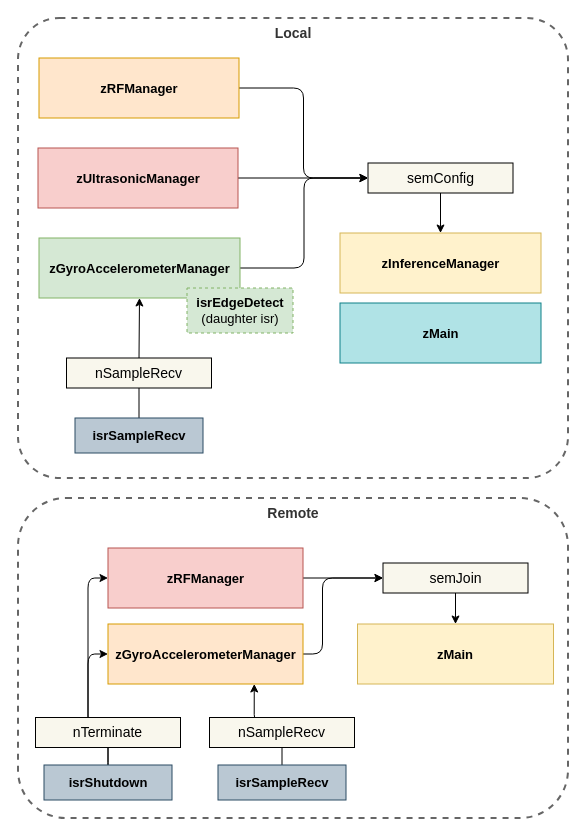
This is 3. Design/3. Software Specification/task-communications.drawio from esrg-silent-howl/zephyrus, a draw.io file, before an edit. Source tidied: cells renumbered, new cells numbered last; positions are measured from the earlier drawing's top-left corner, leaving out a move shared by most shapes. Both pictures are drawn from the tidied source at 100%, with x=0, y=0 at pixel (17, 18).
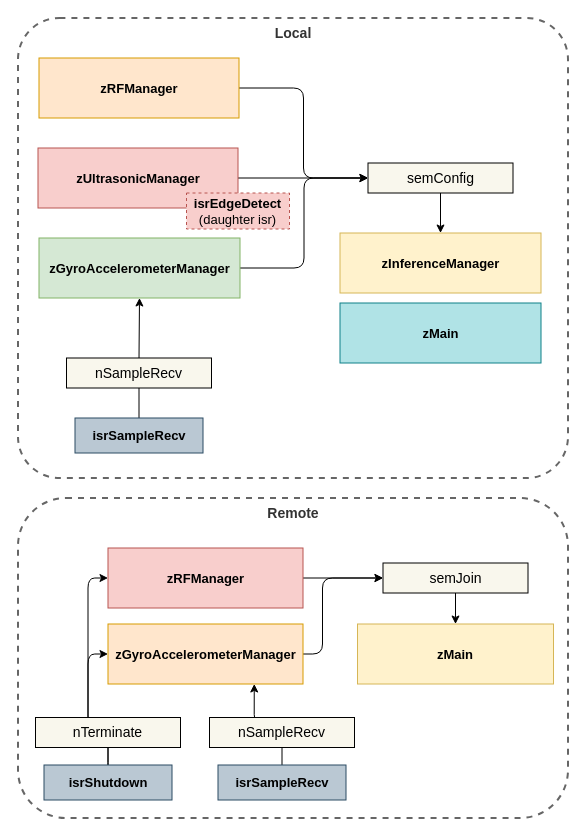
The same page after the edit.

Commit message (it also covers changes not shown here):
FIX: Task Communications - daugther isr mistake

Diff of the diagram source:
```diff
@@
-    <mxCell id="8" value="&lt;b&gt;isrEdgeDetect &lt;/b&gt;(&lt;span style=&quot;font-size: 13px&quot;&gt;daughter isr)&lt;/span&gt;" style="rounded=0;whiteSpace=wrap;html=1;fillColor=#d5e8d4;strokeColor=#82b366;strokeWidth=1;fontStyle=0;fontSize=13;dashed=1;" parent="1" vertex="1">
-      <mxGeometry x="169.5" y="269.5" width="106" height="45" as="geometry" />
+    <mxCell id="8" value="&lt;b&gt;isrEdgeDetect &lt;/b&gt;(&lt;span style=&quot;font-size: 13px&quot;&gt;daughter isr)&lt;/span&gt;" style="rounded=0;whiteSpace=wrap;html=1;fillColor=#f8cecc;strokeColor=#b85450;strokeWidth=1;fontStyle=0;fontSize=13;dashed=1;" parent="1" vertex="1">
+      <mxGeometry x="169" y="174.5" width="103" height="36" as="geometry" />
     </mxCell>
```
